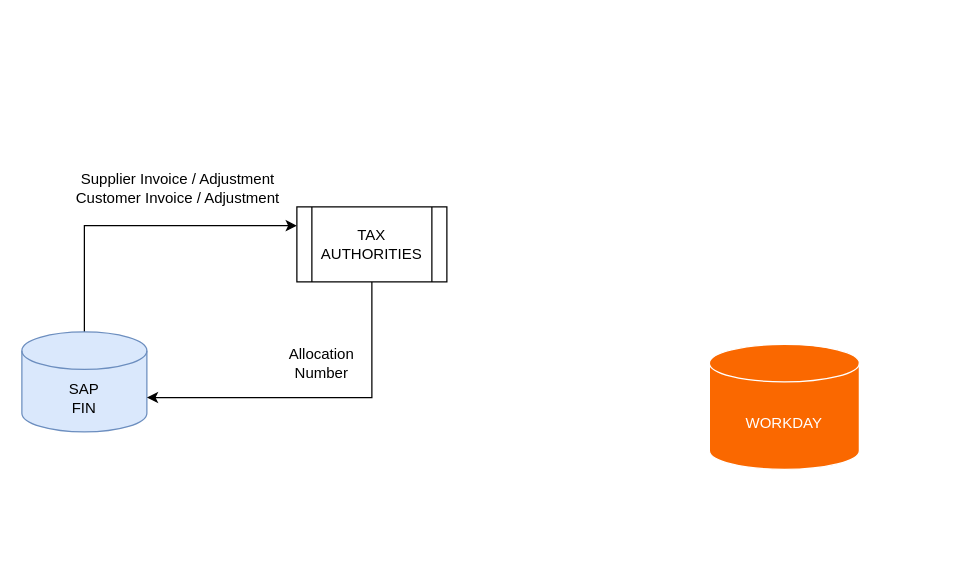
The draw.io diagram JET_Customer_Supplier_Invoice_Inbound.drawio in sandyaroma/sandyaroma, before the edit. Source tidied: cells renumbered, new cells numbered last; positions are measured from the earlier drawing's top-left corner, leaving out a move shared by most shapes. Both pictures are drawn from the tidied source at 125%, with x=0, y=0 at pixel (21, 169). Pictures stored in the file or linked from it are replaced by grey dashed boxes.
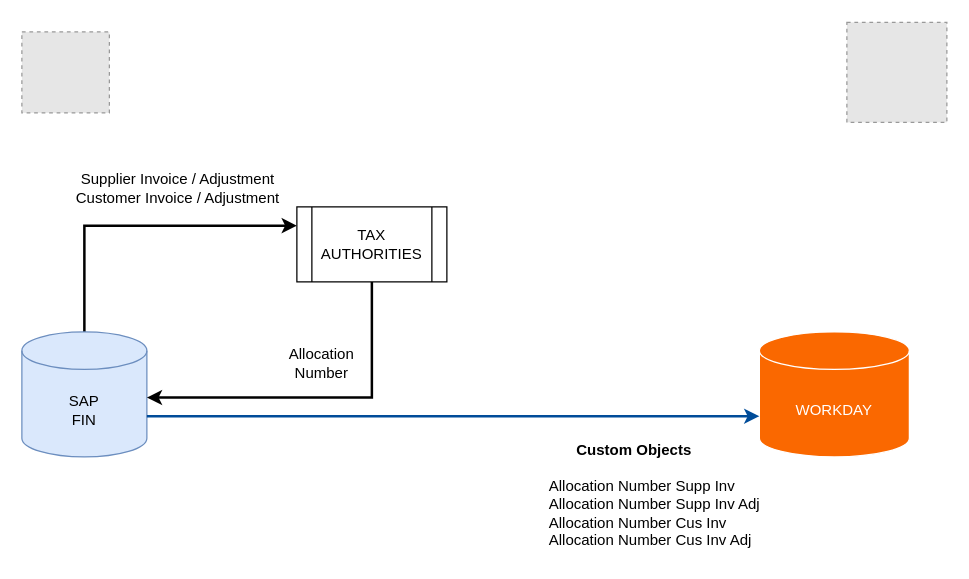
After the change.

Diff of the diagram source:
```diff
@@
 <mxGraphModel>
   <root>
     <mxCell id="0" />
     <mxCell id="1" parent="0" />
-    <mxCell id="2" style="edgeStyle=orthogonalEdgeStyle;rounded=0;jettySize=auto;html=1;exitX=0.5;exitY=0;exitDx=0;exitDy=0;exitPerimeter=0;entryX=0;entryY=0.25;entryDx=0;entryDy=0;" parent="1" edge="1" source="3" target="5">
+    <mxCell id="2" style="edgeStyle=orthogonalEdgeStyle;rounded=0;jettySize=auto;html=1;exitX=0.5;exitY=0;exitDx=0;exitDy=0;exitPerimeter=0;entryX=0;entryY=0.25;entryDx=0;entryDy=0;strokeWidth=2;" parent="1" edge="1" source="3" target="5">
       <mxGeometry relative="1" as="geometry" />
     </mxCell>
     <mxCell id="3" value="SAP&lt;div&gt;FIN&lt;/div&gt;" style="shape=cylinder3;whiteSpace=wrap;html=1;boundedLbl=1;backgroundOutline=1;size=15;fillColor=#dae8fc;strokeColor=#6c8ebf;" parent="1" vertex="1">
-      <mxGeometry y="130" width="100" height="80" as="geometry" />
+      <mxGeometry y="130" width="100" height="100" as="geometry" />
     </mxCell>
     <mxCell id="4" value="&lt;font color=&quot;#ffffff&quot;&gt;WORKDAY&lt;/font&gt;" style="shape=cylinder3;whiteSpace=wrap;html=1;boundedLbl=1;backgroundOutline=1;size=15;fillColor=#fa6800;fontColor=#000000;strokeColor=#FFFFFF;" parent="1" vertex="1">
-      <mxGeometry x="550" y="140" width="120" height="100" as="geometry" />
+      <mxGeometry x="590" y="130" width="120" height="100" as="geometry" />
     </mxCell>
     <mxCell id="5" value="TAX&lt;div&gt;AUTHORITIES&lt;/div&gt;" style="shape=process;whiteSpace=wrap;html=1;backgroundOutline=1;" parent="1" vertex="1">
       <mxGeometry x="220" y="30" width="120" height="60" as="geometry" />
     </mxCell>
-    <mxCell id="6" style="edgeStyle=orthogonalEdgeStyle;rounded=0;jettySize=auto;html=1;exitX=0.5;exitY=1;exitDx=0;exitDy=0;entryX=1;entryY=0;entryDx=0;entryDy=52.5;entryPerimeter=0;" parent="1" edge="1" source="5" target="3">
+    <mxCell id="6" style="edgeStyle=orthogonalEdgeStyle;rounded=0;jettySize=auto;html=1;exitX=0.5;exitY=1;exitDx=0;exitDy=0;entryX=1;entryY=0;entryDx=0;entryDy=52.5;entryPerimeter=0;strokeWidth=2;" parent="1" edge="1" source="5" target="3">
       <mxGeometry relative="1" as="geometry" />
     </mxCell>
     <mxCell id="7" value="Allocation Number" style="text;html=1;align=center;verticalAlign=middle;whiteSpace=wrap;rounded=0;" parent="1" vertex="1">
       <mxGeometry x="210" y="140" width="60" height="30" as="geometry" />
     </mxCell>
     <mxCell id="8" value="Supplier Invoice / Adjustment&lt;div&gt;Customer Invoice / Adjustment&lt;/div&gt;" style="text;html=1;align=center;verticalAlign=middle;whiteSpace=wrap;rounded=0;" parent="1" vertex="1">
       <mxGeometry x="40" width="170" height="30" as="geometry" />
     </mxCell>
+    <mxCell id="9" style="edgeStyle=orthogonalEdgeStyle;rounded=0;jettySize=auto;html=1;exitX=1;exitY=0;exitDx=0;exitDy=67.5;exitPerimeter=0;entryX=0;entryY=0;entryDx=0;entryDy=67.5;entryPerimeter=0;strokeWidth=2;strokeColor=#004C99;" parent="1" edge="1" source="3" target="4">
+      <mxGeometry relative="1" as="geometry" />
+    </mxCell>
+    <mxCell id="10" value="&lt;b&gt;Custom Objects&lt;/b&gt;" style="text;html=1;align=center;verticalAlign=middle;whiteSpace=wrap;rounded=0;" parent="1" vertex="1">
+      <mxGeometry x="440" y="210" width="100" height="30" as="geometry" />
+    </mxCell>
+    <mxCell id="11" value="Allocation Number Supp Inv&lt;div&gt;Allocation Number Supp Inv Adj&lt;br&gt;&lt;/div&gt;&lt;div&gt;Allocation Number Cus Inv&lt;br&gt;&lt;/div&gt;&lt;div&gt;Allocation Number Cus Inv Adj&lt;br&gt;&lt;/div&gt;" style="text;html=1;align=left;verticalAlign=middle;whiteSpace=wrap;rounded=0;" parent="1" vertex="1">
+      <mxGeometry x="420" y="240" width="180" height="70" as="geometry" />
+    </mxCell>
+    <mxCell id="12" style="fillColor=#E6E6E6;strokeColor=#999999;dashed=1;verticalLabelPosition=bottom;labelBackgroundColor=default;verticalAlign=top;" parent="1" vertex="1">
+      <mxGeometry y="-110" width="70" height="64.8" as="geometry" />
+    </mxCell>
+    <mxCell id="13" style="fillColor=#E6E6E6;strokeColor=#999999;dashed=1;verticalLabelPosition=bottom;labelBackgroundColor=default;verticalAlign=top;" parent="1" vertex="1">
+      <mxGeometry x="660" y="-117.6" width="80" height="80" as="geometry" />
+    </mxCell>
   </root>
 </mxGraphModel>
```
